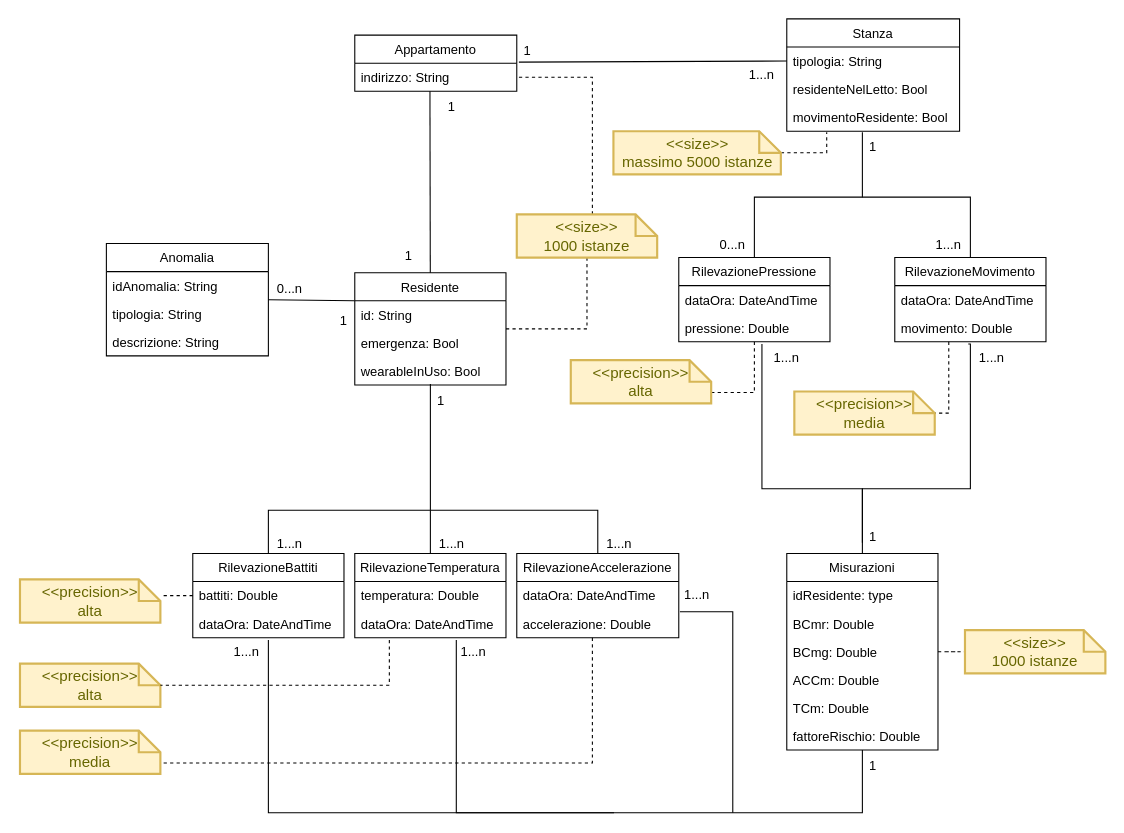
Earlier version of the draw.io diagram Progetto/Modello_Dati/ModelloDati.drawio (Wonderjack996/unimib-software-architecture). Source tidied: cells renumbered, new cells numbered last; positions are measured from the earlier drawing's top-left corner, leaving out a move shared by most shapes. Both pictures are drawn from the tidied source at 108%, with x=0, y=0 at pixel (19, 18).
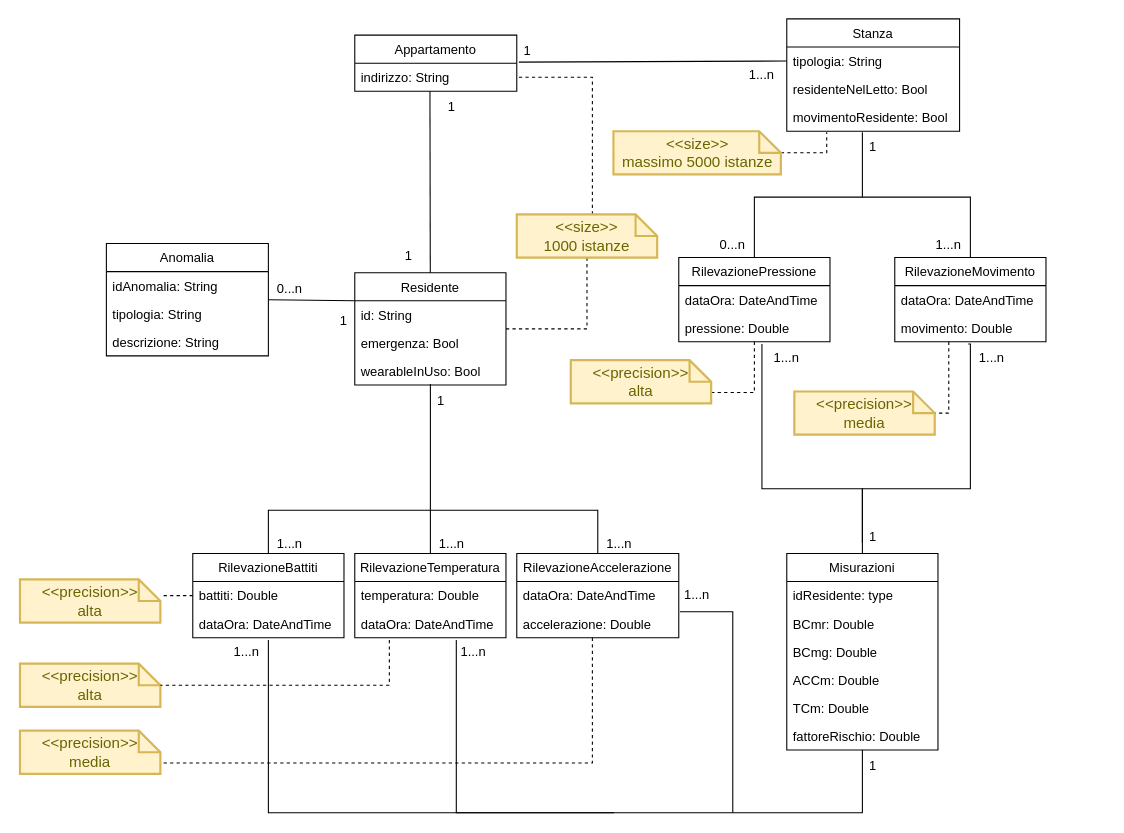
After the change.

Unchanged cells that the change refers to:
```xml
<mxCell id="15" value="Misurazioni" style="swimlane;fontStyle=0;horizontal=1;startSize=26;fillColor=none;" parent="1" vertex="1">
  <mxGeometry x="710" y="495" width="140" height="182" as="geometry" />
</mxCell>
```

Change to the diagram source:
```diff
@@
-    <mxCell id="14" style="edgeStyle=orthogonalEdgeStyle;rounded=0;jettySize=auto;html=1;entryX=0;entryY=0.5;entryDx=0;entryDy=0;entryPerimeter=0;dashed=1;endArrow=none;endFill=0;" parent="1" edge="1" source="15" target="50">
-      <mxGeometry relative="1" as="geometry" />
-    </mxCell>
@@
-    <mxCell id="50" value="&amp;lt;&amp;lt;size&amp;gt;&amp;gt;&lt;br&gt;1000 istanze" style="shape=note;strokeWidth=2;fontSize=14;size=20;whiteSpace=wrap;html=1;fillColor=#fff2cc;strokeColor=#d6b656;fontColor=#666600;" parent="1" vertex="1">
-      <mxGeometry x="875" y="566" width="130" height="40" as="geometry" />
-    </mxCell>
```
